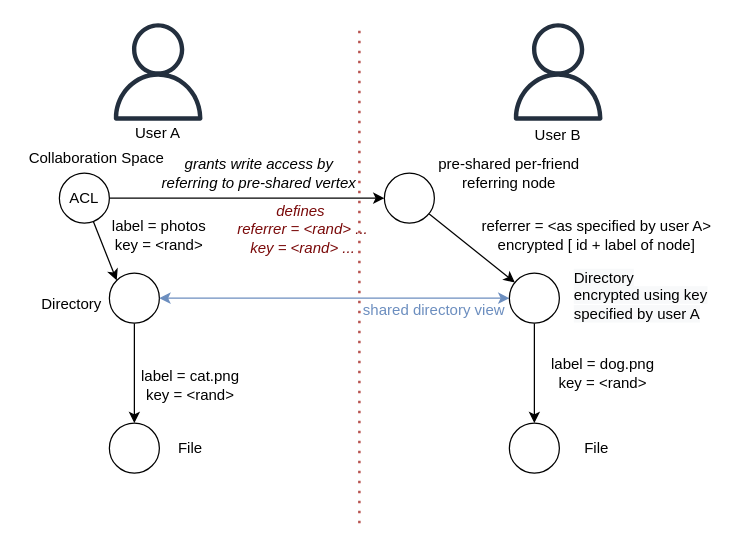
Before: docs/writeaccess-preshared-node.drawio in fsteff/certacrypt, a draw.io diagram. Source tidied: cells renumbered, new cells numbered last; positions are measured from the earlier drawing's top-left corner, leaving out a move shared by most shapes. Both pictures are drawn from the tidied source at 125%, with x=0, y=0 at pixel (21, 22).
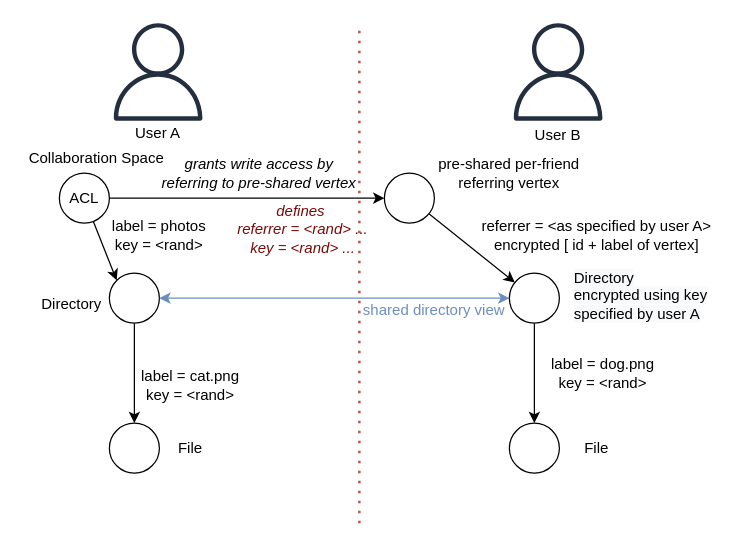
Above is the later version.

The edit, as a diff of the source:
```diff
@@
-    <mxCell id="14" value="pre-shared per-friend referring node" style="text;html=1;strokeColor=none;fillColor=none;align=center;verticalAlign=middle;whiteSpace=wrap;rounded=0;" parent="1" vertex="1">
+    <mxCell id="14" value="pre-shared per-friend referring vertex" style="text;html=1;strokeColor=none;fillColor=none;align=center;verticalAlign=middle;whiteSpace=wrap;rounded=0;" parent="1" vertex="1">
       <mxGeometry x="330" y="110" width="120" height="20" as="geometry" />
     </mxCell>
-    <mxCell id="15" value="referrer = &amp;lt;as specified by user A&amp;gt;&lt;br&gt;encrypted [ id + label of node]" style="text;html=1;strokeColor=none;fillColor=none;align=center;verticalAlign=middle;whiteSpace=wrap;rounded=0;" parent="1" vertex="1">
+    <mxCell id="15" value="referrer = &amp;lt;as specified by user A&amp;gt;&lt;br&gt;encrypted [ id + label of vertex]" style="text;html=1;strokeColor=none;fillColor=none;align=center;verticalAlign=middle;whiteSpace=wrap;rounded=0;" parent="1" vertex="1">
       <mxGeometry x="360" y="160" width="200" height="20" as="geometry" />
     </mxCell>
```
